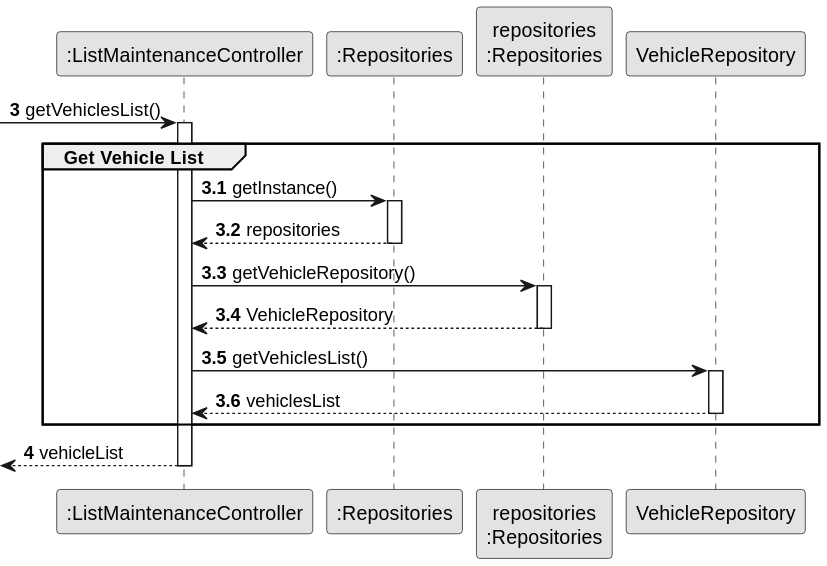
The PlantUML diagram docs/sprintB/us008/03.design/svg/us008-sequence-diagram-partial-get-vehicle-list.svg in ricardomm7/leaflink, before a commit. The source it was exported from:
```plantuml
@startuml
skinparam monochrome true
skinparam packageStyle rectangle
skinparam shadowing false

autonumber


participant ":ListMaintenanceController" as CTRL
participant ":Repositories" as RepositorySingleton
participant "repositories\n:Repositories" as PLAT

autonumber 3

 -> CTRL : getVehiclesList()
autonumber 3.1
activate CTRL
    group Get Vehicle List


            CTRL -> RepositorySingleton : getInstance()
            activate RepositorySingleton

            RepositorySingleton --> CTRL: repositories
            deactivate RepositorySingleton

            CTRL -> PLAT : getVehicleRepository()
            activate PLAT

            PLAT --> CTRL: VehicleRepository
            deactivate PLAT

            CTRL -> VehicleRepository : getVehiclesList()
            activate VehicleRepository

            VehicleRepository --> CTRL : vehiclesList
            deactivate VehicleRepository

    end

    autonumber 4
    <-- CTRL  : vehicleList
deactivate CTRL
@enduml
```
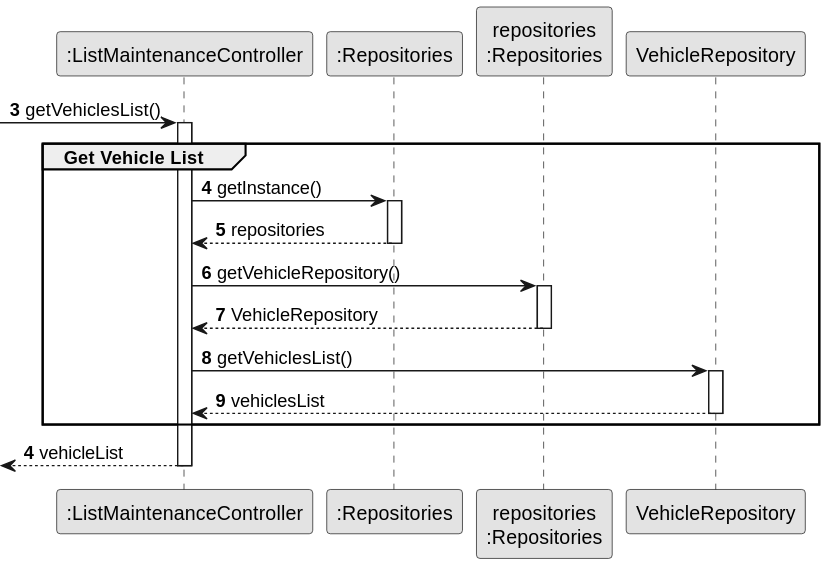
The same diagram one commit later.

The edit, as a diff of the source:
```diff
@@ -13,7 +13,6 @@
 autonumber 3
 
  -> CTRL : getVehiclesList()
-autonumber 3.1
 activate CTRL
     group Get Vehicle List
 
```
